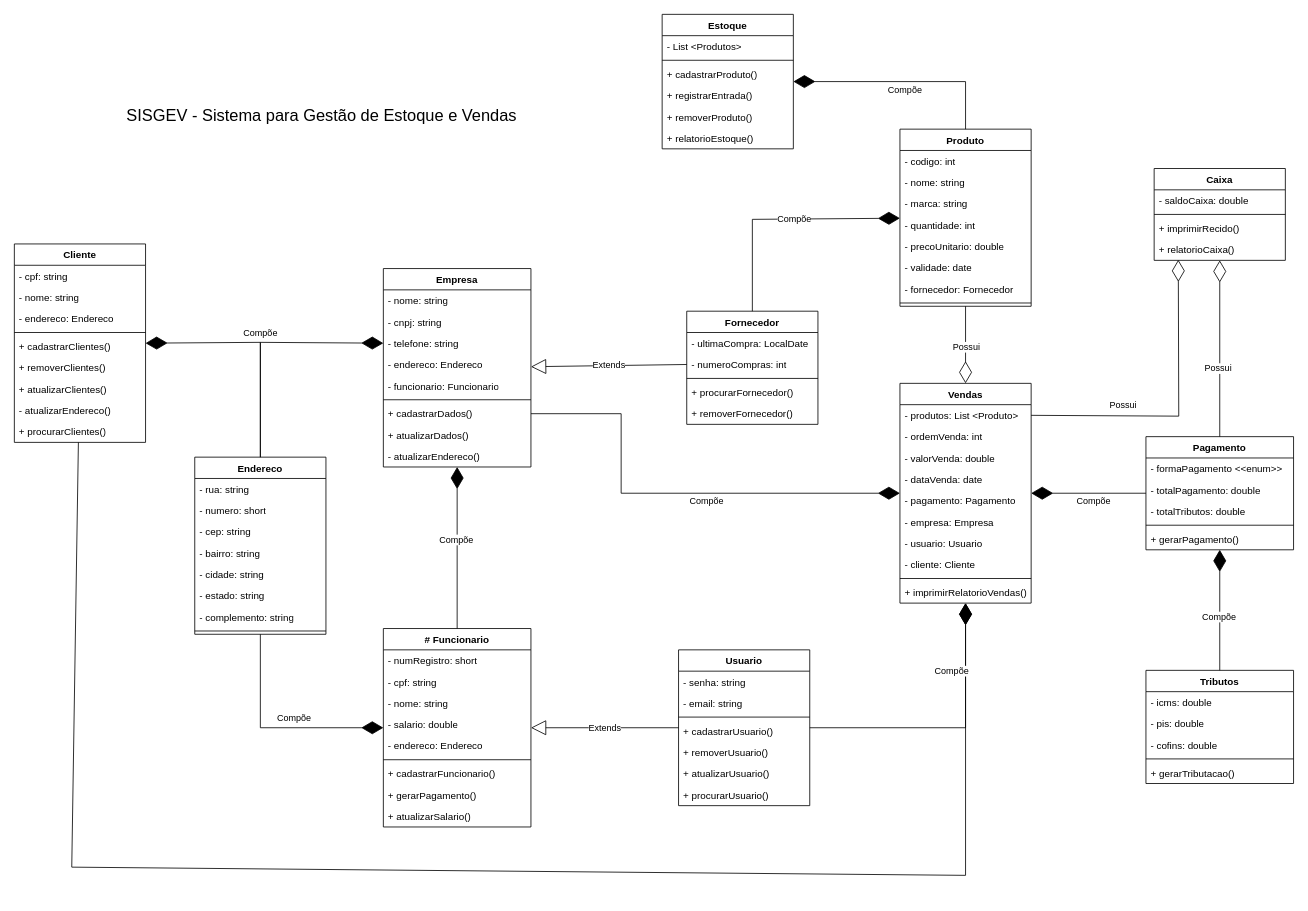
Before: Diagrama/1.0.0/Diagrama de Classes - SISGEV.drawio in igormanoels/SISGEV, a draw.io diagram. Source tidied: cells renumbered, new cells numbered last; positions are measured from the earlier drawing's top-left corner, leaving out a move shared by most shapes. Both pictures are drawn from the tidied source at 82%, with x=0, y=0 at pixel (14, 14).
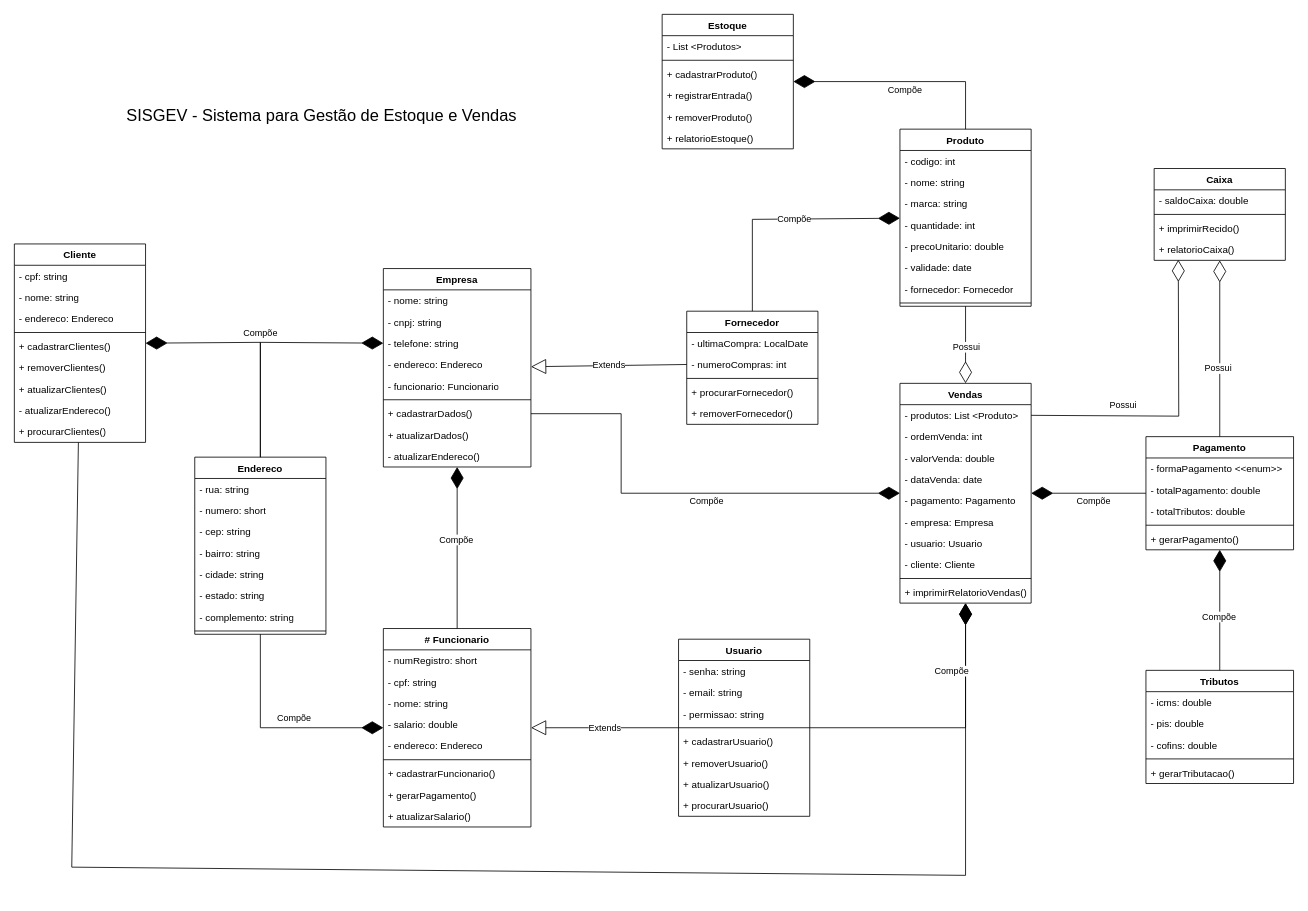
Above is the later version.

Commit message (it also covers changes not shown here):
Continuação do projeto, inicio do protótipo.

Change to the diagram source:
```diff
@@
     <mxCell id="29" value="Usuario" style="swimlane;fontStyle=1;align=center;verticalAlign=top;horizontal=1;startSize=26;whiteSpace=wrap;html=1;" parent="1" vertex="1">
-      <mxGeometry x="810" y="775" width="160" height="190" as="geometry" />
+      <mxGeometry x="810" y="762" width="160" height="216" as="geometry" />
     </mxCell>
@@
+    <mxCell id="130" value="- permissao: string" style="text;strokeColor=none;fillColor=none;align=left;verticalAlign=top;spacingLeft=4;spacingRight=4;overflow=hidden;whiteSpace=wrap;html=1;" parent="29" vertex="1">
+      <mxGeometry y="78" width="160" height="26" as="geometry" />
+    </mxCell>
     <mxCell id="32" style="line;strokeWidth=1;fillColor=none;align=left;verticalAlign=middle;spacingTop=-1;spacingLeft=3;spacingRight=3;labelPosition=right;strokeColor=inherit;" parent="29" vertex="1">
-      <mxGeometry y="78" width="160" height="8" as="geometry" />
+      <mxGeometry y="104" width="160" height="8" as="geometry" />
     </mxCell>
     <mxCell id="33" value="+ cadastrarUsuario()" style="text;strokeColor=none;fillColor=none;align=left;verticalAlign=top;spacingLeft=4;spacingRight=4;overflow=hidden;whiteSpace=wrap;html=1;" parent="29" vertex="1">
-      <mxGeometry y="86" width="160" height="26" as="geometry" />
+      <mxGeometry y="112" width="160" height="26" as="geometry" />
     </mxCell>
     <mxCell id="34" value="+ removerUsuario()" style="text;strokeColor=none;fillColor=none;align=left;verticalAlign=top;spacingLeft=4;spacingRight=4;overflow=hidden;whiteSpace=wrap;html=1;" parent="29" vertex="1">
-      <mxGeometry y="112" width="160" height="26" as="geometry" />
+      <mxGeometry y="138" width="160" height="26" as="geometry" />
     </mxCell>
     <mxCell id="35" value="+ atualizarUsuario()" style="text;strokeColor=none;fillColor=none;align=left;verticalAlign=top;spacingLeft=4;spacingRight=4;overflow=hidden;whiteSpace=wrap;html=1;" parent="29" vertex="1">
-      <mxGeometry y="138" width="160" height="26" as="geometry" />
+      <mxGeometry y="164" width="160" height="26" as="geometry" />
     </mxCell>
     <mxCell id="36" value="+ procurarUsuario()" style="text;strokeColor=none;fillColor=none;align=left;verticalAlign=top;spacingLeft=4;spacingRight=4;overflow=hidden;whiteSpace=wrap;html=1;" parent="29" vertex="1">
-      <mxGeometry y="164" width="160" height="26" as="geometry" />
+      <mxGeometry y="190" width="160" height="26" as="geometry" />
     </mxCell>
```
